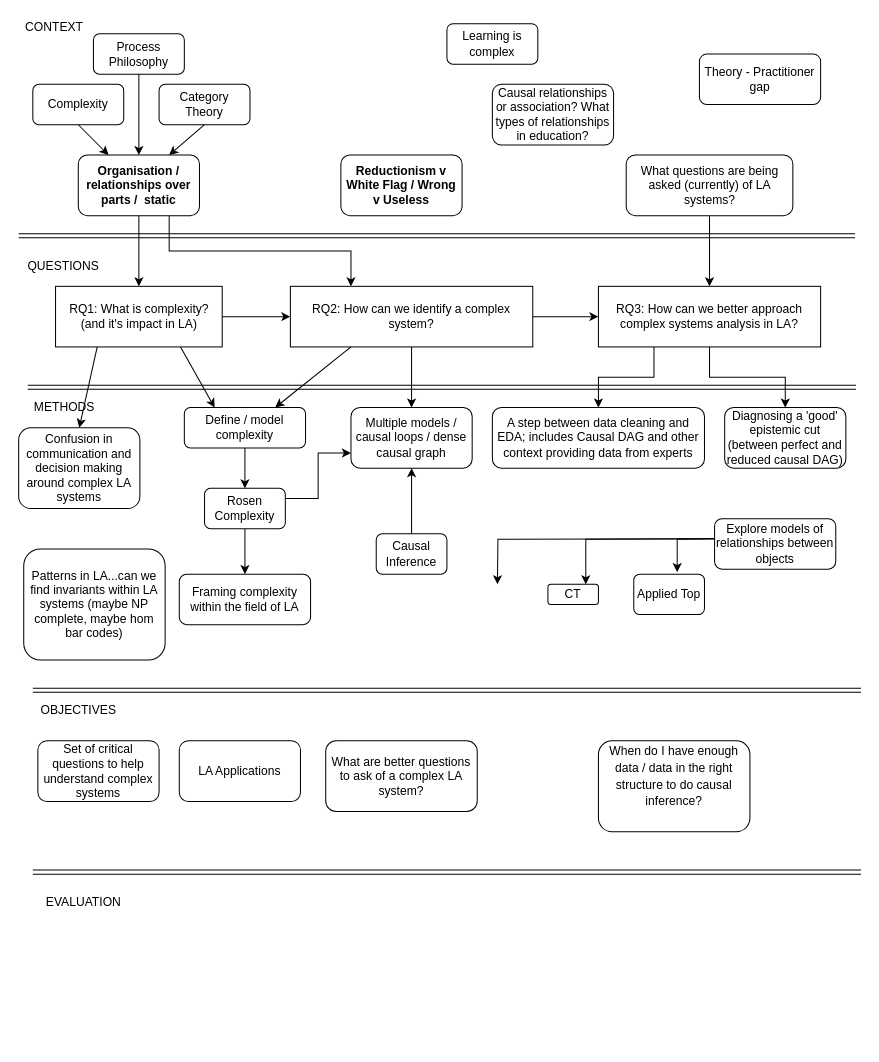
Earlier version of the draw.io diagram Thesis diagram 02.drawio (benwhicks/phd). Source tidied: cells renumbered, new cells numbered last; positions are measured from the earlier drawing's top-left corner, leaving out a move shared by most shapes. Both pictures are drawn from the tidied source at 101%, with x=0, y=0 at pixel (17, 17).
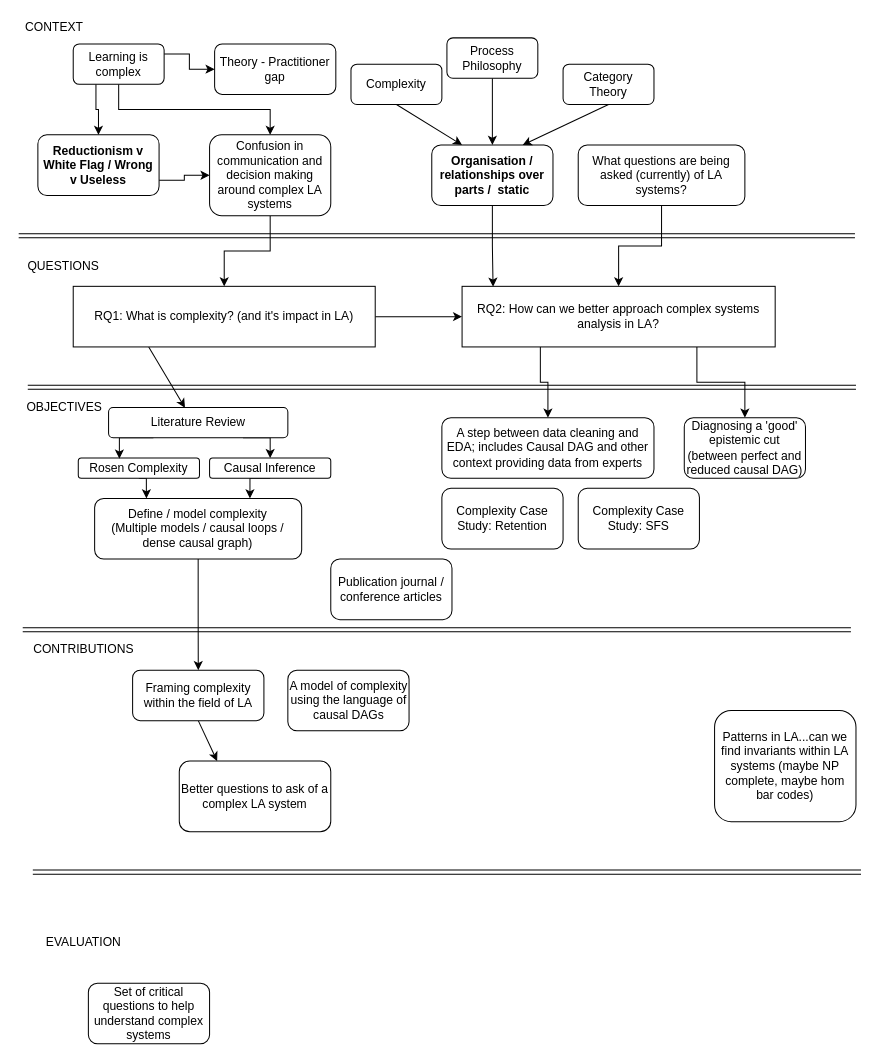
Above is the later version.

Change to the diagram source:
```diff
@@
+    <mxCell id="60" style="rounded=0;jettySize=auto;html=1;exitX=0.25;exitY=1;exitDx=0;exitDy=0;entryX=0.426;entryY=0.005;entryDx=0;entryDy=0;entryPerimeter=0;" parent="1" edge="1" source="2" target="73">
+      <mxGeometry relative="1" as="geometry" />
+    </mxCell>
+    <mxCell id="61" style="edgeStyle=orthogonalEdgeStyle;rounded=0;jettySize=auto;html=1;exitX=1;exitY=0.5;exitDx=0;exitDy=0;" parent="1" edge="1" source="2" target="39">
+      <mxGeometry relative="1" as="geometry" />
+    </mxCell>
     <mxCell id="2" value="&lt;span&gt;RQ1: What is complexity? (and it's impact in LA)&lt;/span&gt;" style="rounded=0;whiteSpace=wrap;html=1;" parent="1" vertex="1">
-      <mxGeometry x="37.5" y="266" width="165" height="60" as="geometry" />
+      <mxGeometry x="55" y="266" width="299" height="60" as="geometry" />
     </mxCell>
-    <mxCell id="3" style="edgeStyle=orthogonalEdgeStyle;rounded=0;jettySize=auto;html=1;exitX=0.5;exitY=1;exitDx=0;exitDy=0;entryX=0.5;entryY=0;entryDx=0;entryDy=0;" parent="1" edge="1" source="4" target="58">
-      <mxGeometry relative="1" as="geometry" />
-    </mxCell>
-    <mxCell id="4" value="RQ2: How can we identify a complex system?" style="rounded=0;whiteSpace=wrap;html=1;" parent="1" vertex="1">
-      <mxGeometry x="270" y="266" width="240" height="60" as="geometry" />
-    </mxCell>
@@
     <mxCell id="6" style="shape=link;html=1;" parent="1" edge="1">
       <mxGeometry relative="1" as="geometry">
-        <mxPoint x="15" y="666" as="sourcePoint" />
-        <mxPoint x="835" y="666" as="targetPoint" />
+        <mxPoint x="5" y="606" as="sourcePoint" />
+        <mxPoint x="825" y="606" as="targetPoint" />
       </mxGeometry>
     </mxCell>
@@
-    <mxCell id="10" value="OBJECTIVES" style="text;html=1;align=center;verticalAlign=middle;" parent="1" vertex="1">
-      <mxGeometry x="15" y="676" width="90" height="20" as="geometry" />
+    <mxCell id="10" value="CONTRIBUTIONS" style="text;html=1;align=center;verticalAlign=middle;" parent="1" vertex="1">
+      <mxGeometry x="10" y="616" width="110" height="20" as="geometry" />
     </mxCell>
     <mxCell id="11" value="EVALUATION" style="text;html=1;align=center;verticalAlign=middle;" parent="1" vertex="1">
-      <mxGeometry x="20" y="866" width="90" height="20" as="geometry" />
+      <mxGeometry x="20" y="906" width="90" height="20" as="geometry" />
     </mxCell>
@@
+    <mxCell id="62" style="rounded=0;jettySize=auto;html=1;exitX=0.5;exitY=1;exitDx=0;exitDy=0;entryX=0.25;entryY=0;entryDx=0;entryDy=0;" parent="1" edge="1" source="13" target="31">
+      <mxGeometry relative="1" as="geometry" />
+    </mxCell>
     <mxCell id="13" value="Framing complexity within the field of LA" style="rounded=1;whiteSpace=wrap;html=1;" parent="1" vertex="1">
-      <mxGeometry x="160" y="551" width="130" height="50" as="geometry" />
+      <mxGeometry x="113.8" y="646" width="130" height="50" as="geometry" />
     </mxCell>
-    <mxCell id="14" value="CT" style="rounded=1;whiteSpace=wrap;html=1;" parent="1" vertex="1">
-      <mxGeometry x="525" y="561" width="50" height="20" as="geometry" />
-    </mxCell>
-    <mxCell id="15" style="edgeStyle=orthogonalEdgeStyle;rounded=0;jettySize=auto;html=1;exitX=0.5;exitY=1;exitDx=0;exitDy=0;entryX=0.5;entryY=0;entryDx=0;entryDy=0;" parent="1" edge="1" source="17" target="13">
+    <mxCell id="15" style="edgeStyle=orthogonalEdgeStyle;rounded=0;jettySize=auto;html=1;exitX=0.5;exitY=1;exitDx=0;exitDy=0;entryX=0.5;entryY=0;entryDx=0;entryDy=0;" parent="1" edge="1" source="34" target="13">
       <mxGeometry relative="1" as="geometry" />
     </mxCell>
-    <mxCell id="16" style="edgeStyle=orthogonalEdgeStyle;rounded=0;jettySize=auto;html=1;exitX=1;exitY=0.25;exitDx=0;exitDy=0;entryX=0;entryY=0.75;entryDx=0;entryDy=0;" parent="1" edge="1" source="17" target="58">
-      <mxGeometry relative="1" as="geometry" />
-    </mxCell>
+    <mxCell id="63" style="edgeStyle=orthogonalEdgeStyle;rounded=0;jettySize=auto;html=1;exitX=0.5;exitY=1;exitDx=0;exitDy=0;entryX=0.25;entryY=0;entryDx=0;entryDy=0;" parent="1" edge="1" source="17" target="34">
+      <mxGeometry relative="1" as="geometry" />
+    </mxCell>
     <mxCell id="17" value="Rosen Complexity" style="rounded=1;whiteSpace=wrap;html=1;" parent="1" vertex="1">
-      <mxGeometry x="185" y="466" width="80" height="40" as="geometry" />
+      <mxGeometry x="60" y="436" width="120" height="20" as="geometry" />
     </mxCell>
-    <mxCell id="18" style="edgeStyle=orthogonalEdgeStyle;rounded=0;jettySize=auto;html=1;exitX=0.5;exitY=0;exitDx=0;exitDy=0;entryX=0.5;entryY=1;entryDx=0;entryDy=0;" parent="1" edge="1" source="19" target="58">
-      <mxGeometry relative="1" as="geometry" />
-    </mxCell>
+    <mxCell id="64" style="edgeStyle=orthogonalEdgeStyle;rounded=0;jettySize=auto;html=1;exitX=0.5;exitY=1;exitDx=0;exitDy=0;entryX=0.75;entryY=0;entryDx=0;entryDy=0;" parent="1" edge="1" source="19" target="34">
+      <mxGeometry relative="1" as="geometry" />
+    </mxCell>
     <mxCell id="19" value="Causal Inference" style="rounded=1;whiteSpace=wrap;html=1;" parent="1" vertex="1">
-      <mxGeometry x="355" y="511" width="70" height="40" as="geometry" />
+      <mxGeometry x="190" y="436" width="120" height="20" as="geometry" />
     </mxCell>
-    <mxCell id="20" value="Applied Top" style="rounded=1;whiteSpace=wrap;html=1;" parent="1" vertex="1">
-      <mxGeometry x="610" y="551" width="70" height="40" as="geometry" />
-    </mxCell>
     <mxCell id="21" value="Theory - Practitioner gap" style="rounded=1;whiteSpace=wrap;html=1;" parent="1" vertex="1">
-      <mxGeometry x="675" y="36" width="120" height="50" as="geometry" />
+      <mxGeometry x="195" y="26" width="120" height="50" as="geometry" />
     </mxCell>
+    <mxCell id="65" style="edgeStyle=orthogonalEdgeStyle;rounded=0;jettySize=auto;html=1;exitX=1;exitY=0.75;exitDx=0;exitDy=0;entryX=0;entryY=0.5;entryDx=0;entryDy=0;" parent="1" edge="1" source="22" target="55">
+      <mxGeometry relative="1" as="geometry" />
+    </mxCell>
     <mxCell id="22" value="Reductionism v White Flag / Wrong v Useless" style="rounded=1;whiteSpace=wrap;html=1;fontStyle=1;" parent="1" vertex="1">
-      <mxGeometry x="320" y="136" width="120" height="60" as="geometry" />
+      <mxGeometry x="20" y="116" width="120" height="60" as="geometry" />
     </mxCell>
-    <mxCell id="23" value="LA Applications" style="rounded=1;whiteSpace=wrap;html=1;" parent="1" vertex="1">
-      <mxGeometry x="160" y="716" width="120" height="60" as="geometry" />
+    <mxCell id="23" value="A model of complexity using the language of causal DAGs" style="rounded=1;whiteSpace=wrap;html=1;" parent="1" vertex="1">
+      <mxGeometry x="267.5" y="646" width="120" height="60" as="geometry" />
     </mxCell>
-    <mxCell id="24" style="edgeStyle=orthogonalEdgeStyle;rounded=0;orthogonalLoop=1;jettySize=auto;html=1;entryX=0.5;entryY=0;entryDx=0;entryDy=0;" parent="1" edge="1">
-      <mxGeometry relative="1" as="geometry">
-        <mxPoint x="690" y="516" as="sourcePoint" />
-        <mxPoint x="475" y="561" as="targetPoint" />
-      </mxGeometry>
-    </mxCell>
-    <mxCell id="25" style="edgeStyle=orthogonalEdgeStyle;rounded=0;jettySize=auto;html=1;entryX=0.75;entryY=0;entryDx=0;entryDy=0;" parent="1" edge="1" target="14">
-      <mxGeometry relative="1" as="geometry">
-        <mxPoint x="690" y="516" as="sourcePoint" />
-      </mxGeometry>
-    </mxCell>
-    <mxCell id="26" style="edgeStyle=orthogonalEdgeStyle;rounded=0;jettySize=auto;html=1;entryX=0.614;entryY=-0.05;entryDx=0;entryDy=0;entryPerimeter=0;" parent="1" edge="1" target="20">
-      <mxGeometry relative="1" as="geometry">
-        <mxPoint x="690" y="516" as="sourcePoint" />
-      </mxGeometry>
-    </mxCell>
-    <mxCell id="27" value="Explore models of relationships between objects" style="rounded=1;whiteSpace=wrap;html=1;" parent="1" vertex="1">
-      <mxGeometry x="690" y="496" width="120" height="50" as="geometry" />
-    </mxCell>
-    <mxCell id="28" style="edgeStyle=orthogonalEdgeStyle;rounded=0;jettySize=auto;html=1;exitX=0.5;exitY=1;exitDx=0;exitDy=0;entryX=0.5;entryY=0;entryDx=0;entryDy=0;" parent="1" edge="1" source="30" target="2">
-      <mxGeometry relative="1" as="geometry" />
-    </mxCell>
-    <mxCell id="29" style="edgeStyle=orthogonalEdgeStyle;rounded=0;jettySize=auto;html=1;exitX=0.75;exitY=1;exitDx=0;exitDy=0;entryX=0.25;entryY=0;entryDx=0;entryDy=0;" parent="1" edge="1" source="30" target="4">
-      <mxGeometry relative="1" as="geometry" />
-    </mxCell>
+    <mxCell id="66" style="edgeStyle=orthogonalEdgeStyle;rounded=0;jettySize=auto;html=1;exitX=0.5;exitY=1;exitDx=0;exitDy=0;entryX=0.099;entryY=0.005;entryDx=0;entryDy=0;entryPerimeter=0;" parent="1" edge="1" source="30" target="39">
+      <mxGeometry relative="1" as="geometry" />
+    </mxCell>
     <mxCell id="30" value="Organisation / relationships over parts /&amp;nbsp; static" style="rounded=1;whiteSpace=wrap;html=1;fontStyle=1;" parent="1" vertex="1">
-      <mxGeometry x="60" y="136" width="120" height="60" as="geometry" />
+      <mxGeometry x="410" y="126" width="120" height="60" as="geometry" />
     </mxCell>
-    <mxCell id="31" value="What are better questions to ask of a complex LA system?" style="rounded=1;whiteSpace=wrap;html=1;" parent="1" vertex="1">
-      <mxGeometry x="305" y="716" width="150" height="70" as="geometry" />
+    <mxCell id="31" value="Better questions to ask of a complex LA system" style="rounded=1;whiteSpace=wrap;html=1;" parent="1" vertex="1">
+      <mxGeometry x="160" y="736" width="150" height="70" as="geometry" />
     </mxCell>
@@
     <mxCell id="33" value="What questions are being asked (currently) of LA systems?" style="rounded=1;whiteSpace=wrap;html=1;" parent="1" vertex="1">
-      <mxGeometry x="602.5" y="136" width="165" height="60" as="geometry" />
+      <mxGeometry x="555" y="126" width="165" height="60" as="geometry" />
     </mxCell>
-    <mxCell id="34" value="Define / model complexity" style="rounded=1;whiteSpace=wrap;html=1;" parent="1" vertex="1">
-      <mxGeometry x="165" y="386" width="120" height="40" as="geometry" />
-    </mxCell>
-    <mxCell id="35" style="endArrow=classic;html=1;exitX=0.75;exitY=1;exitDx=0;exitDy=0;entryX=0.25;entryY=0;entryDx=0;entryDy=0;" parent="1" edge="1" source="2" target="34">
-      <mxGeometry relative="1" as="geometry" />
-    </mxCell>
-    <mxCell id="36" style="endArrow=classic;html=1;exitX=0.5;exitY=1;exitDx=0;exitDy=0;entryX=0.5;entryY=0;entryDx=0;entryDy=0;" parent="1" edge="1" source="34" target="17">
-      <mxGeometry relative="1" as="geometry" />
-    </mxCell>
-    <mxCell id="37" style="endArrow=classic;html=1;exitX=1;exitY=0.5;exitDx=0;exitDy=0;entryX=0;entryY=0.5;entryDx=0;entryDy=0;" parent="1" edge="1" source="2" target="4">
-      <mxGeometry relative="1" as="geometry" />
-    </mxCell>
-    <mxCell id="38" style="edgeStyle=orthogonalEdgeStyle;rounded=0;jettySize=auto;html=1;exitX=0.5;exitY=1;exitDx=0;exitDy=0;" parent="1" edge="1" source="39" target="59">
+    <mxCell id="38" style="edgeStyle=orthogonalEdgeStyle;rounded=0;jettySize=auto;html=1;exitX=0.75;exitY=1;exitDx=0;exitDy=0;" parent="1" edge="1" source="39" target="59">
       <mxGeometry relative="1" as="geometry" />
     </mxCell>
-    <mxCell id="39" value="RQ3: How can we better approach complex systems analysis in LA?" style="rounded=0;whiteSpace=wrap;html=1;" parent="1" vertex="1">
-      <mxGeometry x="575" y="266" width="220" height="60" as="geometry" />
+    <mxCell id="39" value="RQ2: How can we better approach complex systems analysis in LA?" style="rounded=0;whiteSpace=wrap;html=1;" parent="1" vertex="1">
+      <mxGeometry x="440" y="266" width="310" height="60" as="geometry" />
     </mxCell>
     <mxCell id="40" value="Set of critical questions to help understand complex systems" style="rounded=1;whiteSpace=wrap;html=1;" parent="1" vertex="1">
-      <mxGeometry x="20" y="716" width="120" height="60" as="geometry" />
+      <mxGeometry x="70" y="956" width="120" height="60" as="geometry" />
     </mxCell>
-    <mxCell id="41" value="Causal relationships or association? What types of relationships in education?" style="rounded=1;whiteSpace=wrap;html=1;" parent="1" vertex="1">
-      <mxGeometry x="470" y="66" width="120" height="60" as="geometry" />
-    </mxCell>
     <mxCell id="42" value="Patterns in LA...can we find invariants within LA systems (maybe NP complete, maybe hom bar codes)" style="rounded=1;whiteSpace=wrap;html=1;" parent="1" vertex="1">
-      <mxGeometry x="6" y="526" width="140" height="110" as="geometry" />
+      <mxGeometry x="690" y="686" width="140" height="110" as="geometry" />
     </mxCell>
-    <mxCell id="43" value="METHODS" style="text;html=1;align=center;verticalAlign=middle;" parent="1" vertex="1">
-      <mxGeometry x="6" y="376" width="80" height="20" as="geometry" />
+    <mxCell id="43" value="OBJECTIVES" style="text;html=1;align=center;verticalAlign=middle;" parent="1" vertex="1">
+      <mxGeometry x="1" y="376" width="90" height="20" as="geometry" />
     </mxCell>
-    <mxCell id="44" value="&lt;span id=&quot;docs-internal-guid-866602d7-7fff-1301-0197-4444b002ad99&quot;&gt;&lt;p dir=&quot;ltr&quot; style=&quot;line-height: 1.38 ; margin-top: 0pt ; margin-bottom: 0pt&quot;&gt;&lt;span style=&quot;font-family: &amp;#34;arial&amp;#34; ; vertical-align: baseline&quot;&gt;&lt;font style=&quot;font-size: 12px&quot;&gt;When do I have enough data / data in the right structure to do causal inference?&lt;/font&gt;&lt;/span&gt;&lt;/p&gt;&lt;div&gt;&lt;span style=&quot;font-size: 12pt ; font-family: &amp;#34;arial&amp;#34; ; font-weight: 700 ; vertical-align: baseline&quot;&gt;&lt;br&gt;&lt;/span&gt;&lt;/div&gt;&lt;/span&gt;" style="rounded=1;whiteSpace=wrap;html=1;" parent="1" vertex="1">
-      <mxGeometry x="575" y="716" width="150" height="90" as="geometry" />
-    </mxCell>
-    <mxCell id="45" style="edgeStyle=orthogonalEdgeStyle;rounded=0;jettySize=auto;html=1;exitX=0.5;exitY=1;exitDx=0;exitDy=0;entryX=0.5;entryY=0;entryDx=0;entryDy=0;" parent="1" edge="1" source="46" target="30">
+    <mxCell id="45" style="edgeStyle=orthogonalEdgeStyle;rounded=0;jettySize=auto;html=1;exitX=0.5;exitY=1;exitDx=0;exitDy=0;" parent="1" edge="1" source="46" target="30">
       <mxGeometry relative="1" as="geometry" />
     </mxCell>
     <mxCell id="46" value="Process Philosophy" style="rounded=1;whiteSpace=wrap;html=1;" parent="1" vertex="1">
-      <mxGeometry x="75" y="16" width="90" height="40" as="geometry" />
+      <mxGeometry x="425" y="20" width="90" height="40" as="geometry" />
     </mxCell>
     <mxCell id="47" value="Category Theory" style="rounded=1;whiteSpace=wrap;html=1;" parent="1" vertex="1">
-      <mxGeometry x="140" y="66" width="90" height="40" as="geometry" />
+      <mxGeometry x="540" y="46" width="90" height="40" as="geometry" />
     </mxCell>
-    <mxCell id="48" value="Complexity" style="rounded=1;whiteSpace=wrap;html=1;" parent="1" vertex="1">
-      <mxGeometry x="15" y="66" width="90" height="40" as="geometry" />
-    </mxCell>
+    <mxCell id="67" style="edgeStyle=orthogonalEdgeStyle;rounded=0;jettySize=auto;html=1;exitX=0.5;exitY=1;exitDx=0;exitDy=0;" parent="1" edge="1" source="49" target="55">
+      <mxGeometry relative="1" as="geometry" />
+    </mxCell>
+    <mxCell id="68" style="edgeStyle=orthogonalEdgeStyle;rounded=0;jettySize=auto;html=1;exitX=0.25;exitY=1;exitDx=0;exitDy=0;entryX=0.5;entryY=0;entryDx=0;entryDy=0;" parent="1" edge="1" source="49" target="22">
+      <mxGeometry relative="1" as="geometry" />
+    </mxCell>
+    <mxCell id="69" style="edgeStyle=orthogonalEdgeStyle;rounded=0;jettySize=auto;html=1;exitX=1;exitY=0.25;exitDx=0;exitDy=0;" parent="1" edge="1" source="49" target="21">
+      <mxGeometry relative="1" as="geometry" />
+    </mxCell>
     <mxCell id="49" value="Learning is complex" style="rounded=1;whiteSpace=wrap;html=1;" parent="1" vertex="1">
-      <mxGeometry x="425" y="6" width="90" height="40" as="geometry" />
+      <mxGeometry x="55" y="26" width="90" height="40" as="geometry" />
     </mxCell>
@@
-    <mxCell id="52" style="endArrow=classic;html=1;entryX=0;entryY=0.5;entryDx=0;entryDy=0;exitX=1;exitY=0.5;exitDx=0;exitDy=0;" parent="1" edge="1" source="4" target="39">
-      <mxGeometry relative="1" as="geometry" />
-    </mxCell>
-    <mxCell id="53" style="endArrow=classic;html=1;exitX=0.25;exitY=1;exitDx=0;exitDy=0;entryX=0.75;entryY=0;entryDx=0;entryDy=0;" parent="1" edge="1" source="4" target="34">
-      <mxGeometry relative="1" as="geometry" />
-    </mxCell>
-    <mxCell id="54" style="endArrow=classic;html=1;exitX=0.25;exitY=1;exitDx=0;exitDy=0;entryX=0.5;entryY=0;entryDx=0;entryDy=0;" parent="1" edge="1" source="2" target="55">
-      <mxGeometry relative="1" as="geometry" />
-    </mxCell>
+    <mxCell id="70" style="edgeStyle=orthogonalEdgeStyle;rounded=0;jettySize=auto;html=1;exitX=0.5;exitY=1;exitDx=0;exitDy=0;" parent="1" edge="1" source="55" target="2">
+      <mxGeometry relative="1" as="geometry" />
+    </mxCell>
     <mxCell id="55" value="Confusion in communication and decision making around complex LA systems" style="rounded=1;whiteSpace=wrap;html=1;" parent="1" vertex="1">
-      <mxGeometry x="1" y="406" width="120" height="80" as="geometry" />
+      <mxGeometry x="190" y="116" width="120" height="80" as="geometry" />
     </mxCell>
@@
     <mxCell id="57" value="A step between data cleaning and EDA; includes Causal DAG and other context providing data from experts" style="rounded=1;whiteSpace=wrap;html=1;" parent="1" vertex="1">
-      <mxGeometry x="470" y="386" width="210" height="60" as="geometry" />
+      <mxGeometry x="420" y="396" width="210" height="60" as="geometry" />
     </mxCell>
-    <mxCell id="58" value="Multiple models / causal loops / dense causal graph" style="rounded=1;whiteSpace=wrap;html=1;" parent="1" vertex="1">
-      <mxGeometry x="330" y="386" width="120" height="60" as="geometry" />
-    </mxCell>
     <mxCell id="59" value="Diagnosing a 'good' epistemic cut (between perfect and reduced causal DAG)" style="rounded=1;whiteSpace=wrap;html=1;" parent="1" vertex="1">
-      <mxGeometry x="700" y="386" width="120" height="60" as="geometry" />
+      <mxGeometry x="660" y="396" width="120" height="60" as="geometry" />
     </mxCell>
+    <mxCell id="71" style="edgeStyle=orthogonalEdgeStyle;rounded=0;jettySize=auto;html=1;exitX=0.25;exitY=1;exitDx=0;exitDy=0;entryX=0.339;entryY=0.03;entryDx=0;entryDy=0;entryPerimeter=0;" parent="1" edge="1" source="73" target="17">
+      <mxGeometry relative="1" as="geometry" />
+    </mxCell>
+    <mxCell id="72" style="edgeStyle=orthogonalEdgeStyle;rounded=0;jettySize=auto;html=1;exitX=0.75;exitY=1;exitDx=0;exitDy=0;entryX=0.5;entryY=0;entryDx=0;entryDy=0;" parent="1" edge="1" source="73" target="19">
+      <mxGeometry relative="1" as="geometry" />
+    </mxCell>
+    <mxCell id="73" value="Literature Review" style="whiteSpace=wrap;html=1;rounded=1;glass=0;" parent="1" vertex="1">
+      <mxGeometry x="90" y="386" width="177.5" height="30" as="geometry" />
+    </mxCell>
+    <mxCell id="74" value="Complexity Case Study: Retention" style="whiteSpace=wrap;html=1;rounded=1;glass=0;" parent="1" vertex="1">
+      <mxGeometry x="420" y="466" width="120" height="60" as="geometry" />
+    </mxCell>
+    <mxCell id="75" value="Complexity Case Study: SFS" style="whiteSpace=wrap;html=1;rounded=1;glass=0;" parent="1" vertex="1">
+      <mxGeometry x="555" y="466" width="120" height="60" as="geometry" />
+    </mxCell>
+    <mxCell id="48" value="Complexity" style="rounded=1;whiteSpace=wrap;html=1;" parent="1" vertex="1">
+      <mxGeometry x="330" y="46" width="90" height="40" as="geometry" />
+    </mxCell>
+    <mxCell id="34" value="Define / model complexity &lt;br&gt;(Multiple models / causal loops / dense causal graph)" style="rounded=1;whiteSpace=wrap;html=1;" parent="1" vertex="1">
+      <mxGeometry x="76.2" y="476" width="205" height="60" as="geometry" />
+    </mxCell>
+    <mxCell id="76" value="Publication journal / conference articles" style="whiteSpace=wrap;html=1;rounded=1;glass=0;" parent="1" vertex="1">
+      <mxGeometry x="310" y="536" width="120" height="60" as="geometry" />
+    </mxCell>
```
